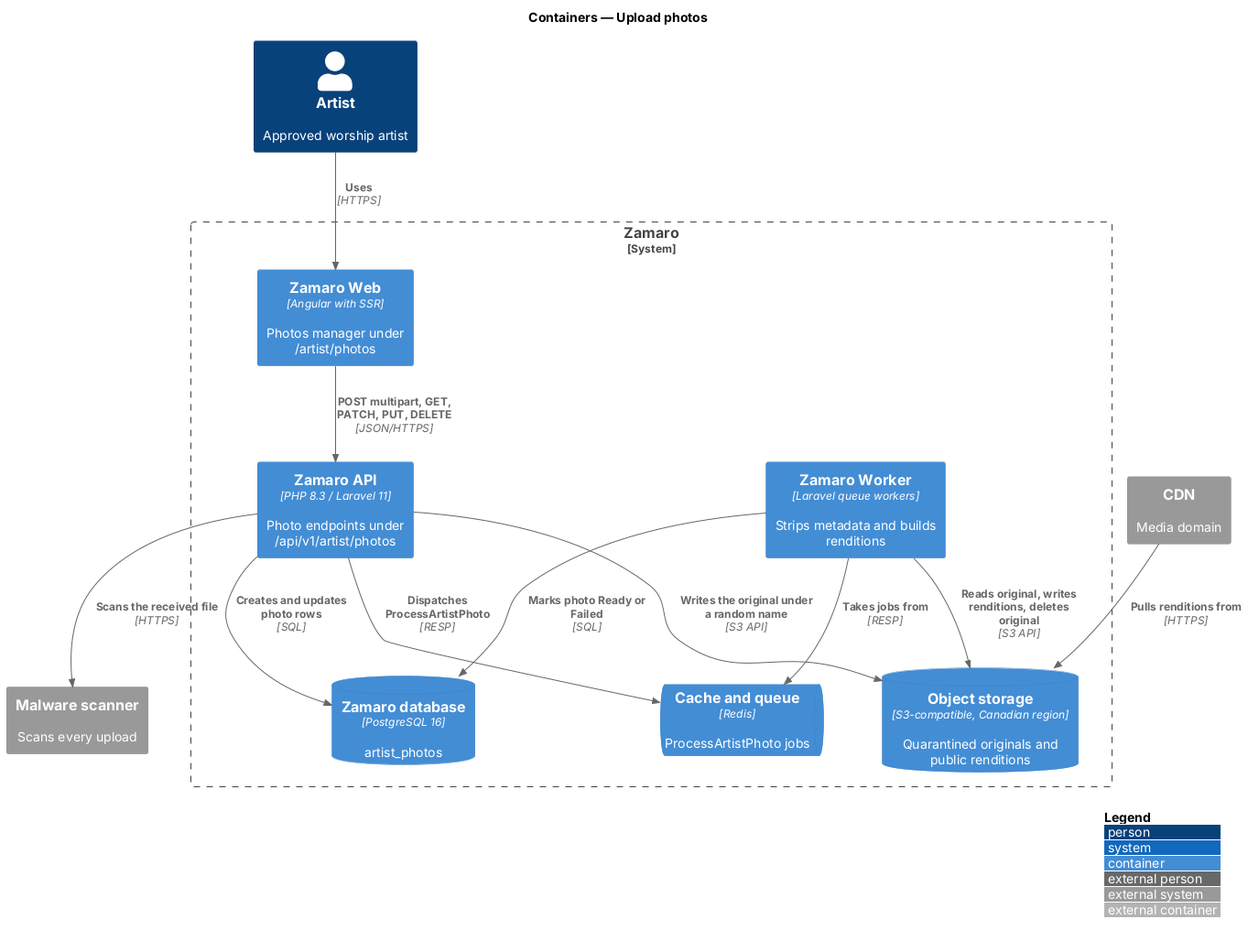
The PlantUML diagram docs/detailed-designs/artist-workspace/upload-photos/diagrams/c4-container.png in QuinntyneBrown/zamaro, before a commit.
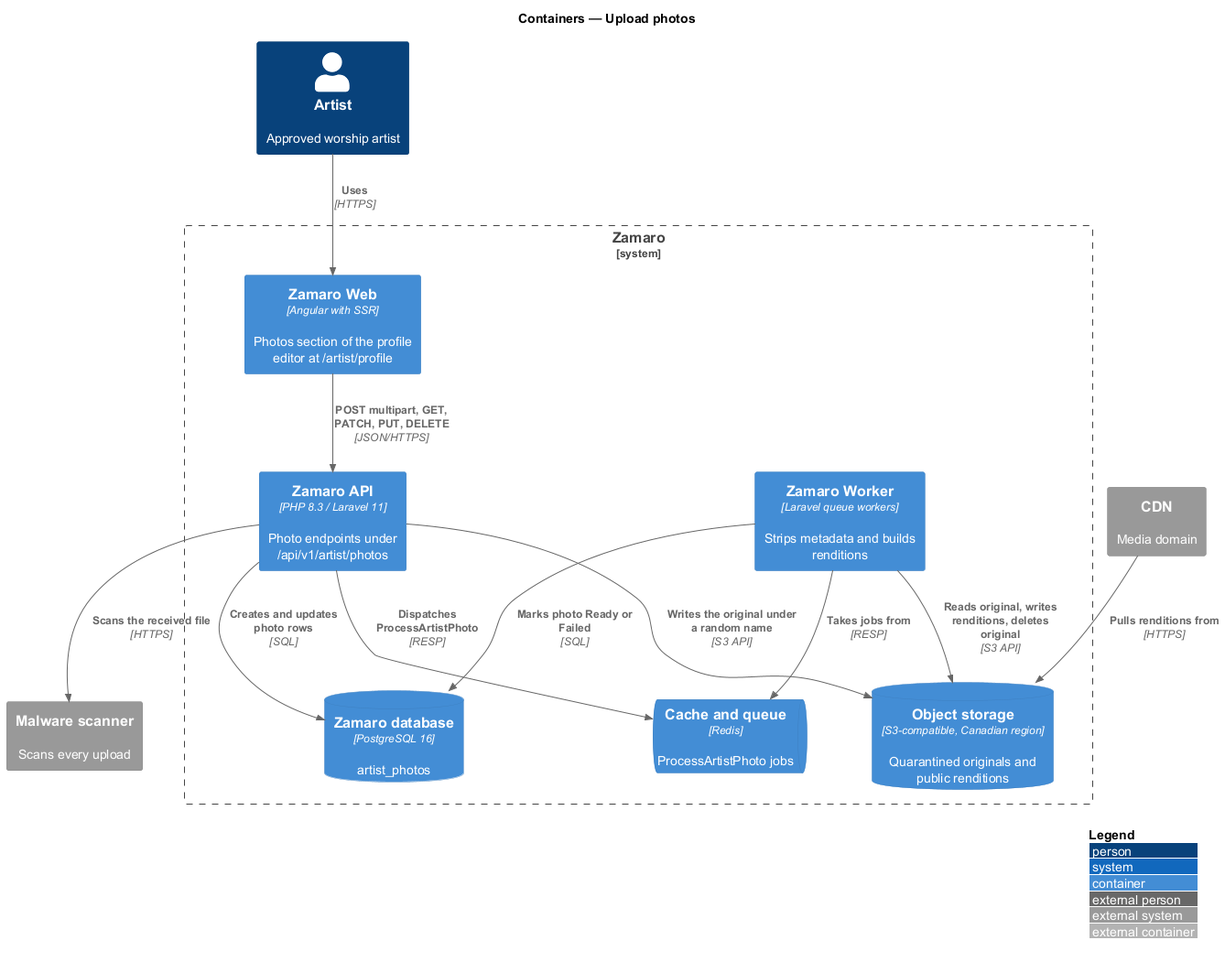
The same file after the commit.

The edit, as a diff of the source:
```diff
@@ -7,7 +7,7 @@
 System_Ext(scanner, "Malware scanner", "Scans every upload")
 System_Ext(cdn, "CDN", "Media domain")
 System_Boundary(zamaro, "Zamaro") {
-  Container(web, "Zamaro Web", "Angular with SSR", "Photos manager under /artist/photos")
+  Container(web, "Zamaro Web", "Angular with SSR", "Photos section of the profile editor at /artist/profile")
   Container(api, "Zamaro API", "PHP 8.3 / Laravel 11", "Photo endpoints under /api/v1/artist/photos")
   Container(worker, "Zamaro Worker", "Laravel queue workers", "Strips metadata and builds renditions")
   ContainerDb(db, "Zamaro database", "PostgreSQL 16", "artist_photos")
```
